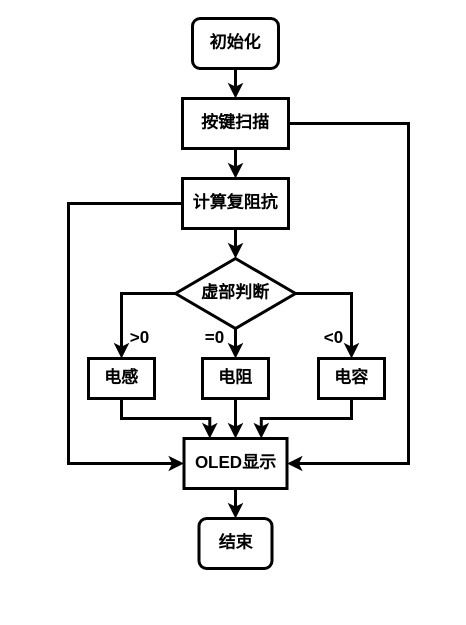
hecheng1-byte/PCM2904 keeps this draw.io diagram as Untitled Diagram.drawio. Above is the earlier version. Source tidied: cells renumbered, new cells numbered last; positions are measured from the earlier drawing's top-left corner, leaving out a move shared by most shapes. Both pictures are drawn from the tidied source at 100%, with x=0, y=0 at pixel (68, 18).
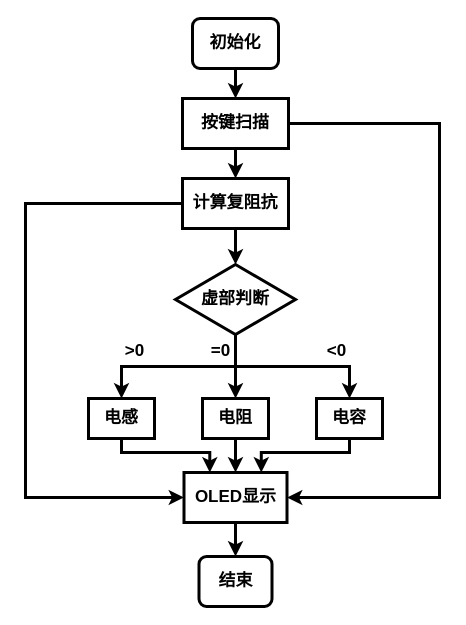
Above is the later version.

The change refers to these unchanged cells:
```xml
<mxCell id="6" value="&lt;b&gt;&lt;font style=&quot;font-size: 17px&quot;&gt;按键扫描&lt;/font&gt;&lt;/b&gt;" style="rounded=0;whiteSpace=wrap;html=1;strokeWidth=3;" parent="1" vertex="1">
  <mxGeometry x="114" y="80" width="106" height="50" as="geometry" />
</mxCell>
<mxCell id="13" value="&lt;b&gt;&lt;font style=&quot;font-size: 17px&quot;&gt;计算复阻抗&lt;/font&gt;&lt;/b&gt;" style="rounded=0;whiteSpace=wrap;html=1;strokeWidth=3;" parent="1" vertex="1">
  <mxGeometry x="114" y="160" width="106" height="50" as="geometry" />
</mxCell>
```

Change to the diagram source:
```diff
@@
     <mxCell id="5" style="edgeStyle=orthogonalEdgeStyle;rounded=0;jettySize=auto;html=1;entryX=1;entryY=0.5;entryDx=0;entryDy=0;strokeWidth=3;" parent="1" edge="1" source="6" target="21">
       <mxGeometry relative="1" as="geometry">
         <Array as="points">
-          <mxPoint x="340" y="105" />
-          <mxPoint x="340" y="445" />
+          <mxPoint x="371" y="105" />
+          <mxPoint x="371" y="479" />
         </Array>
       </mxGeometry>
     </mxCell>
@@
-    <mxCell id="8" style="edgeStyle=orthogonalEdgeStyle;rounded=0;jettySize=auto;html=1;exitX=0;exitY=0.5;exitDx=0;exitDy=0;entryX=0.5;entryY=0;entryDx=0;entryDy=0;strokeWidth=3;" parent="1" edge="1" source="10" target="15">
+    <mxCell id="8" style="edgeStyle=orthogonalEdgeStyle;rounded=0;jettySize=auto;html=1;exitX=0.5;exitY=1;exitDx=0;exitDy=0;strokeWidth=3;" parent="1" edge="1" source="10" target="15">
       <mxGeometry relative="1" as="geometry" />
     </mxCell>
-    <mxCell id="9" style="edgeStyle=orthogonalEdgeStyle;rounded=0;jettySize=auto;html=1;exitX=1;exitY=0.5;exitDx=0;exitDy=0;entryX=0.5;entryY=0;entryDx=0;entryDy=0;strokeWidth=3;" parent="1" edge="1" source="10" target="19">
+    <mxCell id="9" style="edgeStyle=orthogonalEdgeStyle;rounded=0;jettySize=auto;html=1;exitX=0.5;exitY=1;exitDx=0;exitDy=0;entryX=0.5;entryY=0;entryDx=0;entryDy=0;strokeWidth=3;" parent="1" edge="1" source="10" target="19">
       <mxGeometry relative="1" as="geometry" />
     </mxCell>
     <mxCell id="10" value="&lt;b&gt;&lt;font style=&quot;font-size: 17px&quot;&gt;虚部判断&lt;/font&gt;&lt;/b&gt;" style="rhombus;whiteSpace=wrap;html=1;strokeWidth=3;" parent="1" vertex="1">
-      <mxGeometry x="107" y="240" width="120" height="70" as="geometry" />
+      <mxGeometry x="107" y="246" width="120" height="70" as="geometry" />
     </mxCell>
@@
     <mxCell id="12" style="edgeStyle=orthogonalEdgeStyle;rounded=0;jettySize=auto;html=1;entryX=0;entryY=0.5;entryDx=0;entryDy=0;strokeWidth=3;" parent="1" edge="1" source="13" target="21">
       <mxGeometry relative="1" as="geometry">
         <Array as="points">
-          <mxPoint y="185" />
-          <mxPoint y="445" />
+          <mxPoint x="-43" y="185" />
+          <mxPoint x="-43" y="479" />
         </Array>
       </mxGeometry>
     </mxCell>
@@
     <mxCell id="14" style="edgeStyle=orthogonalEdgeStyle;rounded=0;jettySize=auto;html=1;entryX=0.25;entryY=0;entryDx=0;entryDy=0;strokeWidth=3;" parent="1" edge="1" source="15" target="21">
       <mxGeometry relative="1" as="geometry">
         <Array as="points">
-          <mxPoint x="53" y="400" />
-          <mxPoint x="141" y="400" />
+          <mxPoint x="53" y="434" />
+          <mxPoint x="141" y="434" />
         </Array>
       </mxGeometry>
     </mxCell>
     <mxCell id="15" value="&lt;b&gt;&lt;font style=&quot;font-size: 17px&quot;&gt;电感&lt;/font&gt;&lt;/b&gt;" style="rounded=0;whiteSpace=wrap;html=1;strokeWidth=3;" parent="1" vertex="1">
-      <mxGeometry x="20" y="340" width="66" height="40" as="geometry" />
+      <mxGeometry x="20" y="380" width="66" height="40" as="geometry" />
     </mxCell>
@@
     <mxCell id="17" value="&lt;b&gt;&lt;font style=&quot;font-size: 17px&quot;&gt;电阻&lt;/font&gt;&lt;/b&gt;" style="rounded=0;whiteSpace=wrap;html=1;strokeWidth=3;" parent="1" vertex="1">
-      <mxGeometry x="134" y="340" width="66" height="40" as="geometry" />
+      <mxGeometry x="134" y="380" width="66" height="40" as="geometry" />
     </mxCell>
     <mxCell id="18" style="edgeStyle=orthogonalEdgeStyle;rounded=0;jettySize=auto;html=1;entryX=0.75;entryY=0;entryDx=0;entryDy=0;strokeWidth=3;" parent="1" edge="1" source="19" target="21">
       <mxGeometry relative="1" as="geometry">
         <Array as="points">
-          <mxPoint x="283" y="400" />
-          <mxPoint x="193" y="400" />
+          <mxPoint x="281" y="434" />
+          <mxPoint x="193" y="434" />
         </Array>
       </mxGeometry>
     </mxCell>
     <mxCell id="19" value="&lt;b&gt;&lt;font style=&quot;font-size: 17px&quot;&gt;电容&lt;/font&gt;&lt;/b&gt;" style="rounded=0;whiteSpace=wrap;html=1;strokeWidth=3;" parent="1" vertex="1">
-      <mxGeometry x="250" y="340" width="66" height="40" as="geometry" />
+      <mxGeometry x="248" y="380" width="66" height="40" as="geometry" />
     </mxCell>
@@
     <mxCell id="21" value="&lt;b&gt;&lt;font style=&quot;font-size: 17px&quot;&gt;OLED显示&lt;/font&gt;&lt;/b&gt;" style="rounded=0;whiteSpace=wrap;html=1;strokeWidth=3;" parent="1" vertex="1">
-      <mxGeometry x="115.5" y="420" width="103" height="50" as="geometry" />
+      <mxGeometry x="115.5" y="454" width="103" height="50" as="geometry" />
     </mxCell>
     <mxCell id="22" value="&lt;b&gt;&lt;font style=&quot;font-size: 17px&quot;&gt;结束&lt;/font&gt;&lt;/b&gt;" style="rounded=1;whiteSpace=wrap;html=1;strokeWidth=3;" parent="1" vertex="1">
-      <mxGeometry x="130.5" y="500" width="73" height="50" as="geometry" />
+      <mxGeometry x="130.5" y="538" width="73" height="50" as="geometry" />
     </mxCell>
     <mxCell id="23" value="&lt;b&gt;&lt;font style=&quot;font-size: 17px&quot;&gt;&amp;gt;0&lt;/font&gt;&lt;/b&gt;" style="text;html=1;align=center;verticalAlign=middle;strokeColor=none;" parent="1" vertex="1">
-      <mxGeometry x="56" y="310" width="30" height="20" as="geometry" />
+      <mxGeometry x="51" y="323" width="30" height="20" as="geometry" />
     </mxCell>
     <mxCell id="24" value="&lt;b&gt;&lt;font style=&quot;font-size: 17px&quot;&gt;=0&lt;/font&gt;&lt;/b&gt;" style="text;html=1;align=center;verticalAlign=middle;strokeColor=none;" parent="1" vertex="1">
-      <mxGeometry x="130.5" y="310" width="30" height="20" as="geometry" />
+      <mxGeometry x="137" y="323" width="30" height="20" as="geometry" />
     </mxCell>
     <mxCell id="25" value="&lt;b&gt;&lt;font style=&quot;font-size: 17px&quot;&gt;&amp;lt;0&lt;/font&gt;&lt;/b&gt;" style="text;html=1;align=center;verticalAlign=middle;strokeColor=none;" parent="1" vertex="1">
-      <mxGeometry x="250" y="310" width="30" height="20" as="geometry" />
+      <mxGeometry x="253" y="323" width="29" height="20" as="geometry" />
     </mxCell>
```
